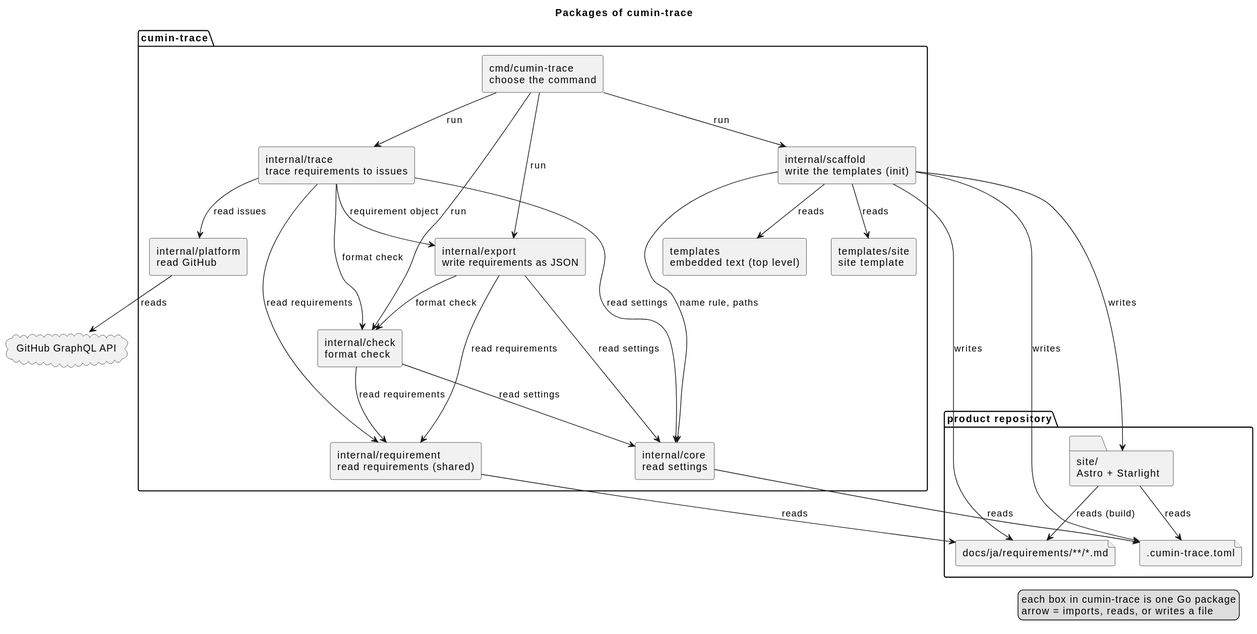
Before: docs/ja/architecture/overview.svg, a diagram exported from PlantUML (cloveclovedev/cumin-trace).
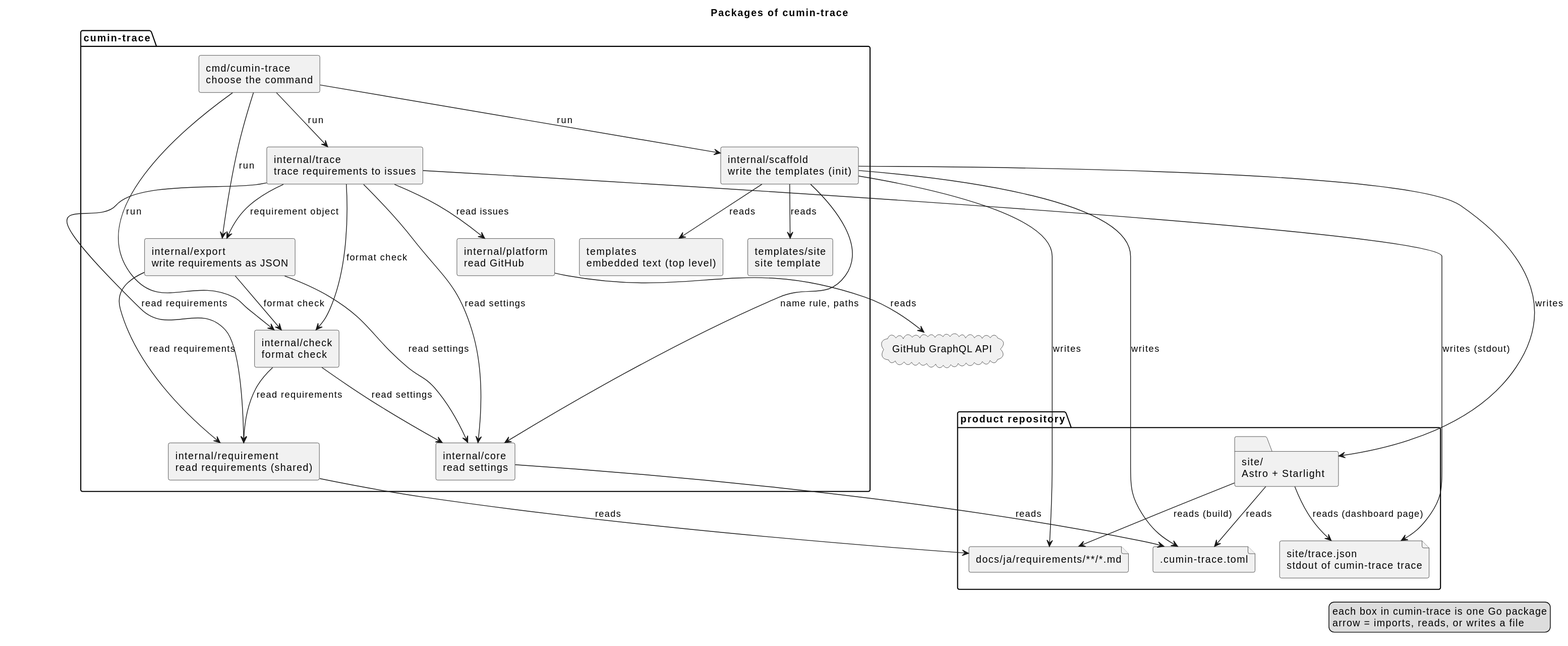
Above is the later version.

Change to the diagram source:
```diff
@@ -7,6 +7,7 @@
   file ".cumin-trace.toml" as toml
   file "docs/ja/requirements/**/*.md" as docs
   folder "site/\nAstro + Starlight" as site
+  file "site/trace.json\nstdout of cumin-trace trace" as tracejson
 }
 
 package "cumin-trace" {
@@ -45,6 +46,8 @@
 scaffold --> site : writes
 site --> toml : reads
 site --> docs : reads (build)
+site --> tracejson : reads (dashboard page)
+trace --> tracejson : writes (stdout)
 check --> requirement : read requirements
 check --> core : read settings
 core --> toml : reads
```
